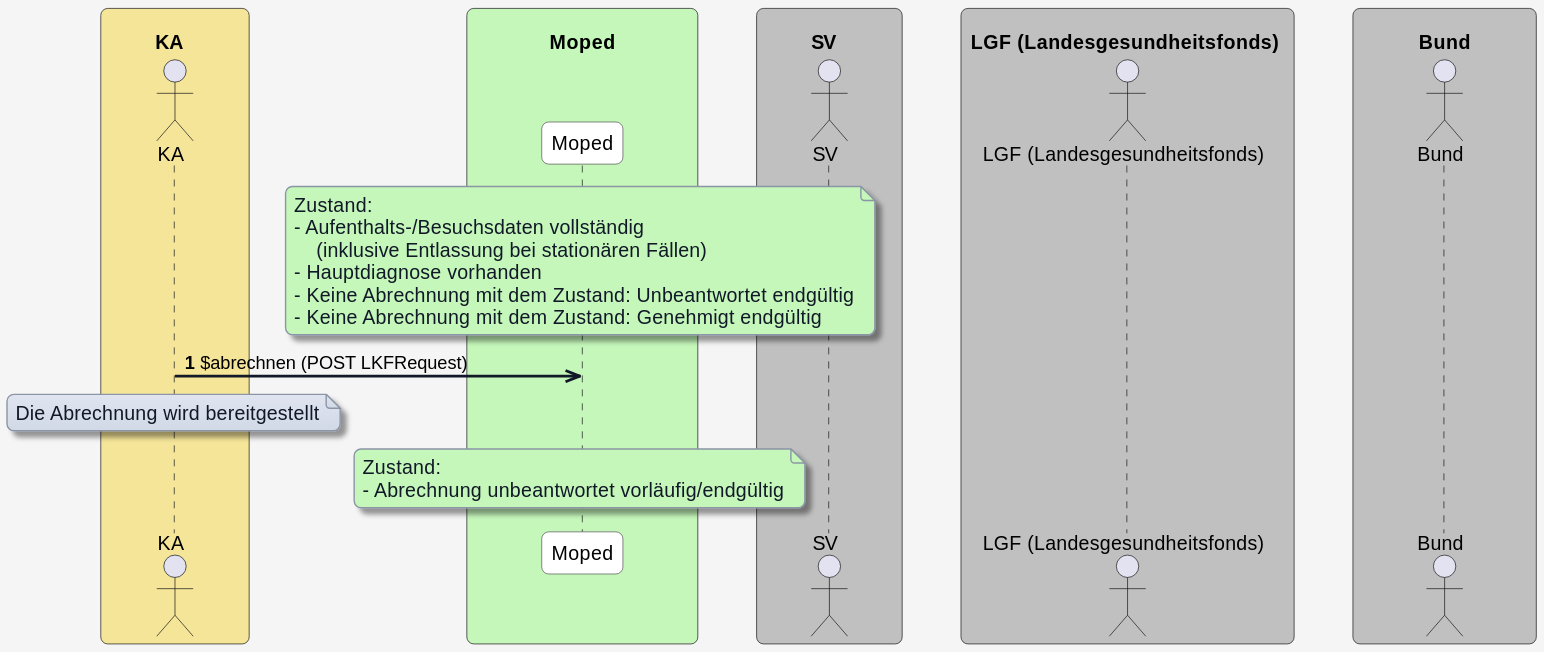
Above: r5-ELGA-MOPED-main/plantuml/moped-fall-abrechnen/abrechnen.svg in HL7Austria/hl7austria.github.io (PlantUML), before the change.
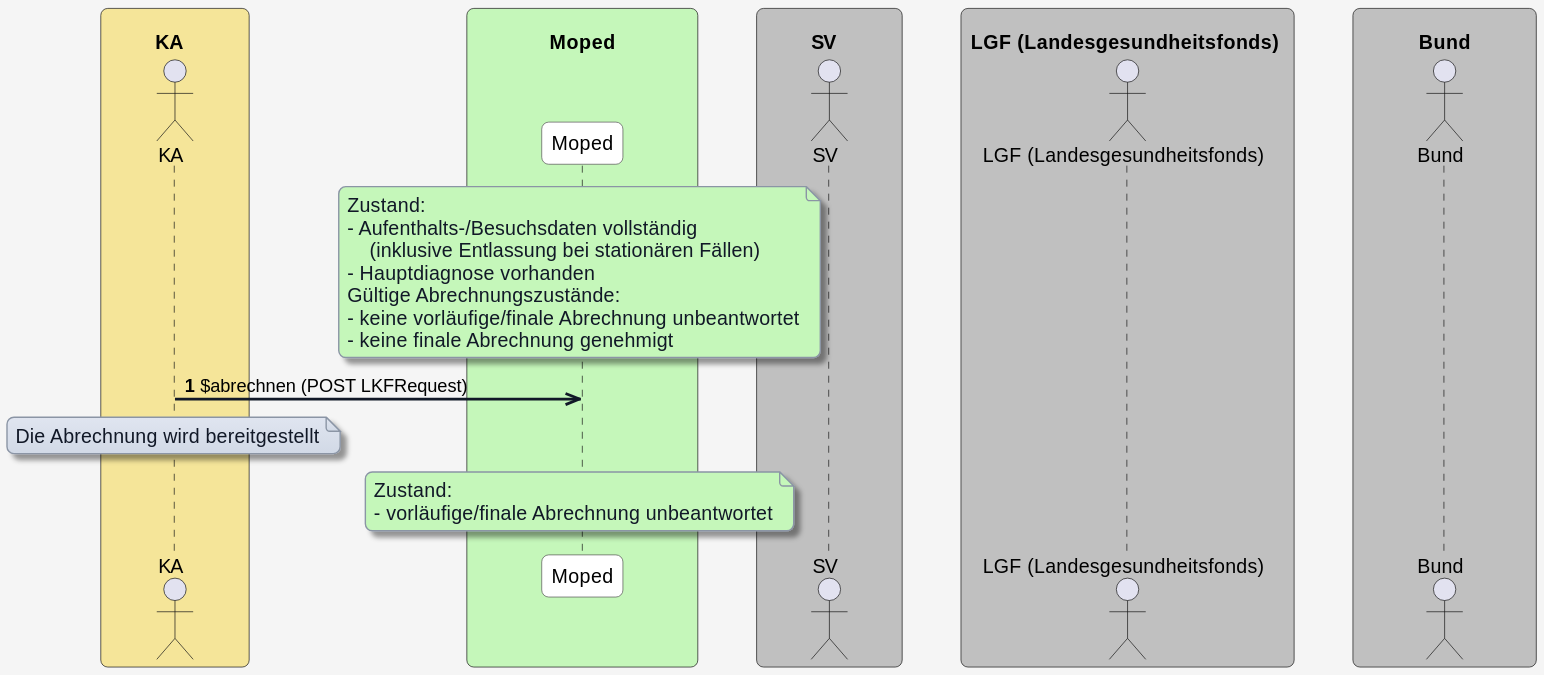
Above is the later version.

Change to the diagram source:
```diff
@@ -39,8 +39,8 @@
 skinparam BoxBorderColor #555555
 
 
-box "\n         KH           " #f5e599
-  actor KH as "KH"
+box "\n         KA           " #f5e599
+  actor KA as "KA"
 end box
 
 box "\n              Moped              " #c5f7ba
@@ -66,17 +66,18 @@
 - Aufenthalts-/Besuchsdaten vollständig
     (inklusive Entlassung bei stationären Fällen)
 - Hauptdiagnose vorhanden
-- Keine Abrechnung mit dem Zustand: Unbeantwortet endgültig
-- Keine Abrechnung mit dem Zustand: Genehmigt endgültig
+Gültige Abrechnungszustände:
+- keine vorläufige/finale Abrechnung unbeantwortet
+- keine finale Abrechnung genehmigt
 end note
 
-KH ->> MP: $abrechnen (POST LKFRequest)
-note over KH
+KA ->> MP: $abrechnen (POST LKFRequest)
+note over KA
 Die Abrechnung wird bereitgestellt
 end note
 
 note over MP #c5f7ba
 Zustand:
-- Abrechnung unbeantwortet vorläufig/endgültig
+- vorläufige/finale Abrechnung unbeantwortet
 end note
 @enduml
```
